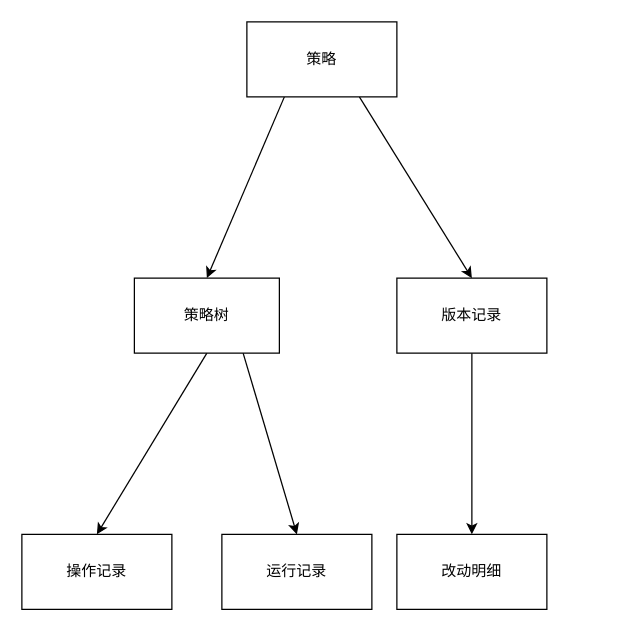
The draw.io diagram page "策略树-DDD建模" (9 of 10) of 运营决策系统设计.drawio in ABIN-DS/flowchart, before the edit. Source tidied: cells renumbered, new cells numbered last; positions are measured from the earlier drawing's top-left corner, leaving out a move shared by most shapes. Both pictures are drawn from the tidied source at 125%, with x=0, y=0 at pixel (21, 21).
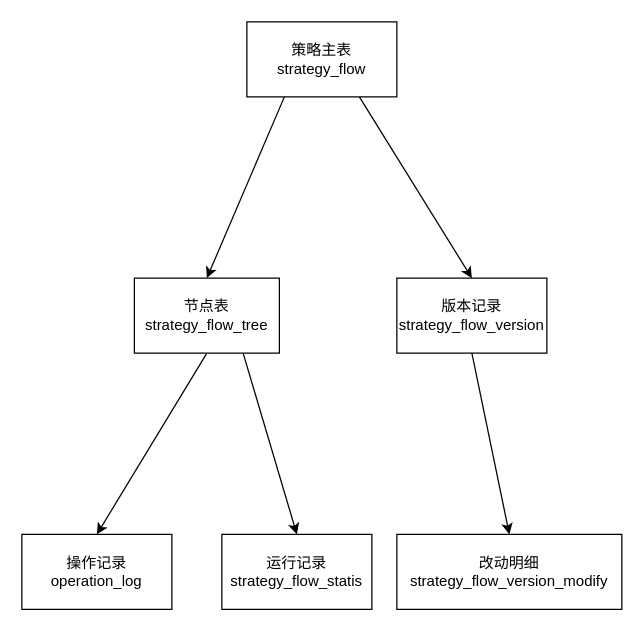
After the change.

Commit message:
更新运营决策系统设计.drawio

What changed in the source:
```diff
@@
 <mxGraphModel>
   <root>
     <mxCell id="0" />
     <mxCell id="1" parent="0" />
     <mxCell id="2" style="edgeStyle=none;rounded=0;jettySize=auto;html=1;exitX=0.75;exitY=1;exitDx=0;exitDy=0;entryX=0.5;entryY=0;entryDx=0;entryDy=0;" parent="1" edge="1" source="4" target="10">
       <mxGeometry relative="1" as="geometry" />
     </mxCell>
     <mxCell id="3" style="edgeStyle=none;rounded=0;jettySize=auto;html=1;exitX=0.25;exitY=1;exitDx=0;exitDy=0;entryX=0.5;entryY=0;entryDx=0;entryDy=0;" parent="1" edge="1" source="4" target="8">
       <mxGeometry relative="1" as="geometry" />
     </mxCell>
-    <mxCell id="4" value="策略" style="rounded=0;whiteSpace=wrap;html=1;" parent="1" vertex="1">
+    <mxCell id="4" value="策略主表&lt;br&gt;strategy_flow" style="rounded=0;whiteSpace=wrap;html=1;" parent="1" vertex="1">
       <mxGeometry x="180" width="120" height="60" as="geometry" />
     </mxCell>
     <mxCell id="5" style="edgeStyle=none;rounded=0;jettySize=auto;html=1;exitX=0.5;exitY=1;exitDx=0;exitDy=0;entryX=0.5;entryY=0;entryDx=0;entryDy=0;" parent="1" edge="1" source="8" target="12">
       <mxGeometry relative="1" as="geometry" />
     </mxCell>
     <mxCell id="6" style="edgeStyle=none;rounded=0;jettySize=auto;html=1;exitX=0.75;exitY=1;exitDx=0;exitDy=0;entryX=0.5;entryY=0;entryDx=0;entryDy=0;" parent="1" edge="1" source="8" target="9">
       <mxGeometry relative="1" as="geometry" />
     </mxCell>
     <mxCell id="7" style="edgeStyle=none;rounded=0;jettySize=auto;html=1;exitX=0.5;exitY=1;exitDx=0;exitDy=0;entryX=0.5;entryY=0;entryDx=0;entryDy=0;" parent="1" edge="1" source="10" target="11">
       <mxGeometry relative="1" as="geometry" />
     </mxCell>
-    <mxCell id="8" value="策略树" style="rounded=0;whiteSpace=wrap;html=1;" parent="1" vertex="1">
+    <mxCell id="8" value="节点表&lt;br&gt;strategy_flow_tree" style="rounded=0;whiteSpace=wrap;html=1;" parent="1" vertex="1">
       <mxGeometry x="90" y="205" width="116" height="60" as="geometry" />
     </mxCell>
-    <mxCell id="9" value="运行记录" style="rounded=0;whiteSpace=wrap;html=1;" parent="1" vertex="1">
+    <mxCell id="9" value="运行记录&lt;br&gt;strategy_flow_statis" style="rounded=0;whiteSpace=wrap;html=1;" parent="1" vertex="1">
       <mxGeometry x="160" y="410" width="120" height="60" as="geometry" />
     </mxCell>
-    <mxCell id="10" value="版本记录" style="rounded=0;whiteSpace=wrap;html=1;" parent="1" vertex="1">
+    <mxCell id="10" value="版本记录&lt;br&gt;strategy_flow_version" style="rounded=0;whiteSpace=wrap;html=1;" parent="1" vertex="1">
       <mxGeometry x="300" y="205" width="120" height="60" as="geometry" />
     </mxCell>
-    <mxCell id="11" value="改动明细" style="rounded=0;whiteSpace=wrap;html=1;" parent="1" vertex="1">
-      <mxGeometry x="300" y="410" width="120" height="60" as="geometry" />
+    <mxCell id="11" value="改动明细&lt;br&gt;strategy_flow_version_modify" style="rounded=0;whiteSpace=wrap;html=1;" parent="1" vertex="1">
+      <mxGeometry x="300" y="410" width="180" height="60" as="geometry" />
     </mxCell>
-    <mxCell id="12" value="操作记录" style="rounded=0;whiteSpace=wrap;html=1;" parent="1" vertex="1">
+    <mxCell id="12" value="操作记录&lt;br&gt;operation_log" style="rounded=0;whiteSpace=wrap;html=1;" parent="1" vertex="1">
       <mxGeometry y="410" width="120" height="60" as="geometry" />
     </mxCell>
     <mxCell id="13" style="edgeStyle=none;rounded=0;orthogonalLoop=1;jettySize=auto;html=1;exitX=0.75;exitY=1;exitDx=0;exitDy=0;" parent="1" edge="1" source="12" target="12">
       <mxGeometry relative="1" as="geometry" />
     </mxCell>
   </root>
 </mxGraphModel>
```
